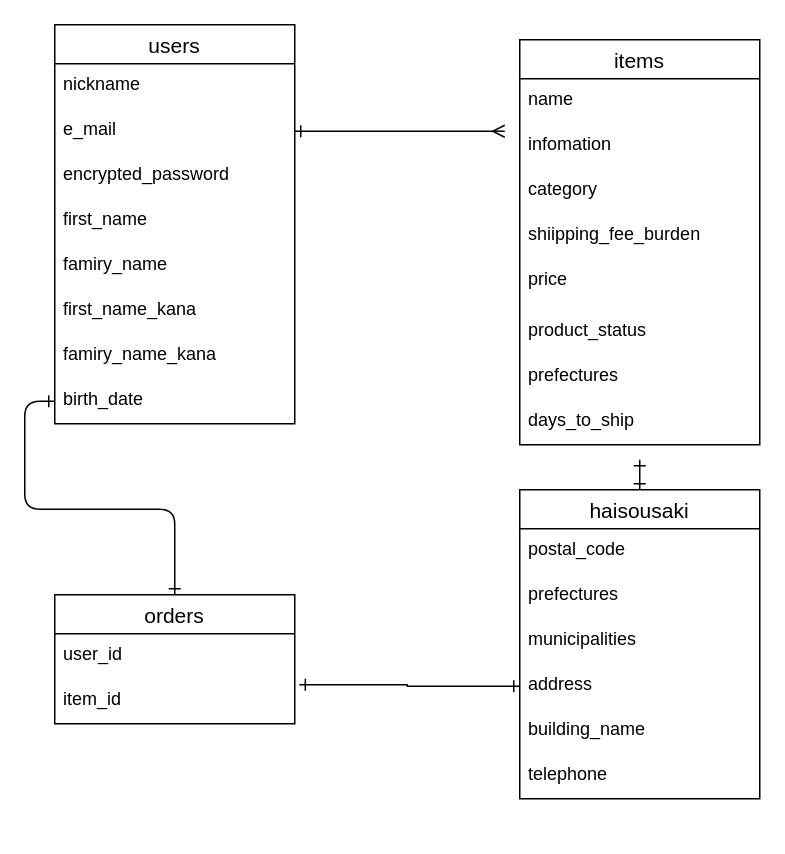
Earlier version of the draw.io diagram furima.dio (chishakiemiko/furima-28177). Source tidied: cells renumbered, new cells numbered last; positions are measured from the earlier drawing's top-left corner, leaving out a move shared by most shapes. Both pictures are drawn from the tidied source at 150%, with x=0, y=0 at pixel (54, 24).
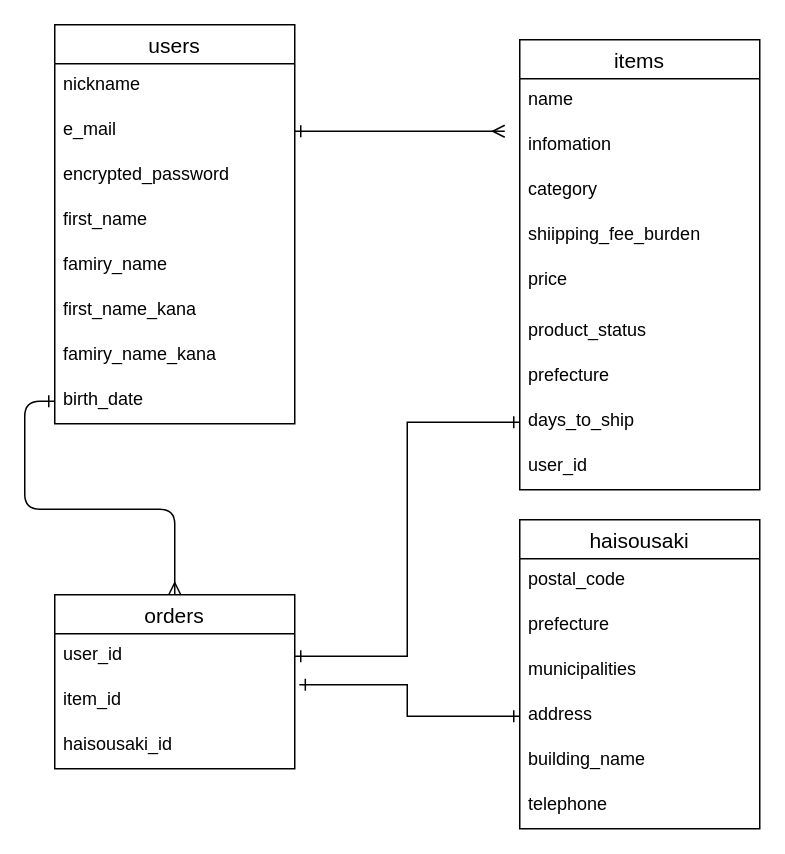
The same diagram, later.

The change refers to these unchanged cells:
```xml
<mxCell id="10" value="birth_date" style="text;strokeColor=none;fillColor=none;spacingLeft=4;spacingRight=4;overflow=hidden;points=[[0,0.5],[1,0.5]];portConstraint=eastwest;fontSize=12;" parent="2" vertex="1">
  <mxGeometry y="236" width="160" height="30" as="geometry" />
</mxCell>
<mxCell id="19" value="days_to_ship" style="text;strokeColor=none;fillColor=none;spacingLeft=4;spacingRight=4;overflow=hidden;points=[[0,0.5],[1,0.5]];portConstraint=eastwest;fontSize=12;" parent="11" vertex="1">
  <mxGeometry y="240" width="160" height="30" as="geometry" />
</mxCell>
<mxCell id="30" value="user_id" style="text;strokeColor=none;fillColor=none;spacingLeft=4;spacingRight=4;overflow=hidden;points=[[0,0.5],[1,0.5]];portConstraint=eastwest;fontSize=12;" parent="29" vertex="1">
  <mxGeometry y="26" width="160" height="30" as="geometry" />
</mxCell>
```

Change to the diagram source:
```diff
@@
     <mxCell id="11" value="items" style="swimlane;fontStyle=0;horizontal=1;startSize=26;align=center;fontSize=14;" parent="1" vertex="1">
-      <mxGeometry x="310" y="10" width="160" height="270" as="geometry" />
+      <mxGeometry x="310" y="10" width="160" height="300" as="geometry" />
     </mxCell>
@@
-    <mxCell id="18" value="prefectures" style="text;strokeColor=none;fillColor=none;spacingLeft=4;spacingRight=4;overflow=hidden;points=[[0,0.5],[1,0.5]];portConstraint=eastwest;fontSize=12;" parent="11" vertex="1">
+    <mxCell id="18" value="prefecture" style="text;strokeColor=none;fillColor=none;spacingLeft=4;spacingRight=4;overflow=hidden;points=[[0,0.5],[1,0.5]];portConstraint=eastwest;fontSize=12;" parent="11" vertex="1">
       <mxGeometry y="210" width="160" height="30" as="geometry" />
     </mxCell>
@@
-    <mxCell id="20" style="edgeStyle=orthogonalEdgeStyle;rounded=0;jettySize=auto;html=1;startArrow=ERone;startFill=0;endArrow=ERone;endFill=0;" parent="1" edge="1" source="21">
-      <mxGeometry relative="1" as="geometry">
-        <mxPoint x="390" y="290" as="targetPoint" />
-      </mxGeometry>
-    </mxCell>
+    <mxCell id="34" value="user_id" style="text;strokeColor=none;fillColor=none;spacingLeft=4;spacingRight=4;overflow=hidden;fontSize=12;" parent="11" vertex="1">
+      <mxGeometry y="270" width="160" height="30" as="geometry" />
+    </mxCell>
     <mxCell id="21" value="haisousaki" style="swimlane;fontStyle=0;horizontal=1;startSize=26;align=center;fontSize=14;" parent="1" vertex="1">
-      <mxGeometry x="310" y="310" width="160" height="206" as="geometry" />
+      <mxGeometry x="310" y="330" width="160" height="206" as="geometry" />
     </mxCell>
@@
-    <mxCell id="23" value="prefectures" style="text;strokeColor=none;fillColor=none;spacingLeft=4;spacingRight=4;overflow=hidden;fontSize=12;" parent="21" vertex="1">
+    <mxCell id="23" value="prefecture" style="text;strokeColor=none;fillColor=none;spacingLeft=4;spacingRight=4;overflow=hidden;fontSize=12;" parent="21" vertex="1">
       <mxGeometry y="56" width="160" height="30" as="geometry" />
     </mxCell>
@@
     <mxCell id="29" value="orders" style="swimlane;fontStyle=0;horizontal=1;startSize=26;align=center;fontSize=14;" parent="1" vertex="1">
-      <mxGeometry y="380" width="160" height="86" as="geometry" />
+      <mxGeometry y="380" width="160" height="116" as="geometry" />
     </mxCell>
@@
+    <mxCell id="35" value="haisousaki_id" style="text;strokeColor=none;fillColor=none;spacingLeft=4;spacingRight=4;overflow=hidden;fontSize=12;" parent="29" vertex="1">
+      <mxGeometry y="86" width="160" height="30" as="geometry" />
+    </mxCell>
@@
-    <mxCell id="33" style="edgeStyle=orthogonalEdgeStyle;rounded=1;sketch=0;jettySize=auto;html=1;exitX=0;exitY=0.5;exitDx=0;exitDy=0;entryX=0.5;entryY=0;entryDx=0;entryDy=0;startArrow=ERone;startFill=0;endArrow=ERone;endFill=0;" parent="1" edge="1" source="10" target="29">
+    <mxCell id="33" style="edgeStyle=orthogonalEdgeStyle;rounded=1;sketch=0;jettySize=auto;html=1;exitX=0;exitY=0.5;exitDx=0;exitDy=0;entryX=0.5;entryY=0;entryDx=0;entryDy=0;startArrow=ERone;startFill=0;endArrow=ERmany;endFill=0;" parent="1" edge="1" source="10" target="29">
       <mxGeometry relative="1" as="geometry" />
     </mxCell>
+    <mxCell id="36" style="edgeStyle=orthogonalEdgeStyle;rounded=0;jettySize=auto;html=1;exitX=0;exitY=0.5;exitDx=0;exitDy=0;entryX=0.981;entryY=-0.167;entryDx=0;entryDy=0;entryPerimeter=0;endArrow=ERone;endFill=0;strokeColor=none;startArrow=ERone;startFill=0;" parent="1" edge="1" source="18" target="30">
+      <mxGeometry relative="1" as="geometry" />
+    </mxCell>
+    <mxCell id="37" style="edgeStyle=orthogonalEdgeStyle;rounded=0;jettySize=auto;html=1;exitX=0;exitY=0.5;exitDx=0;exitDy=0;entryX=1;entryY=0.5;entryDx=0;entryDy=0;startArrow=ERone;startFill=0;endArrow=ERone;endFill=0;" parent="1" edge="1" source="19" target="30">
+      <mxGeometry relative="1" as="geometry" />
+    </mxCell>
```
